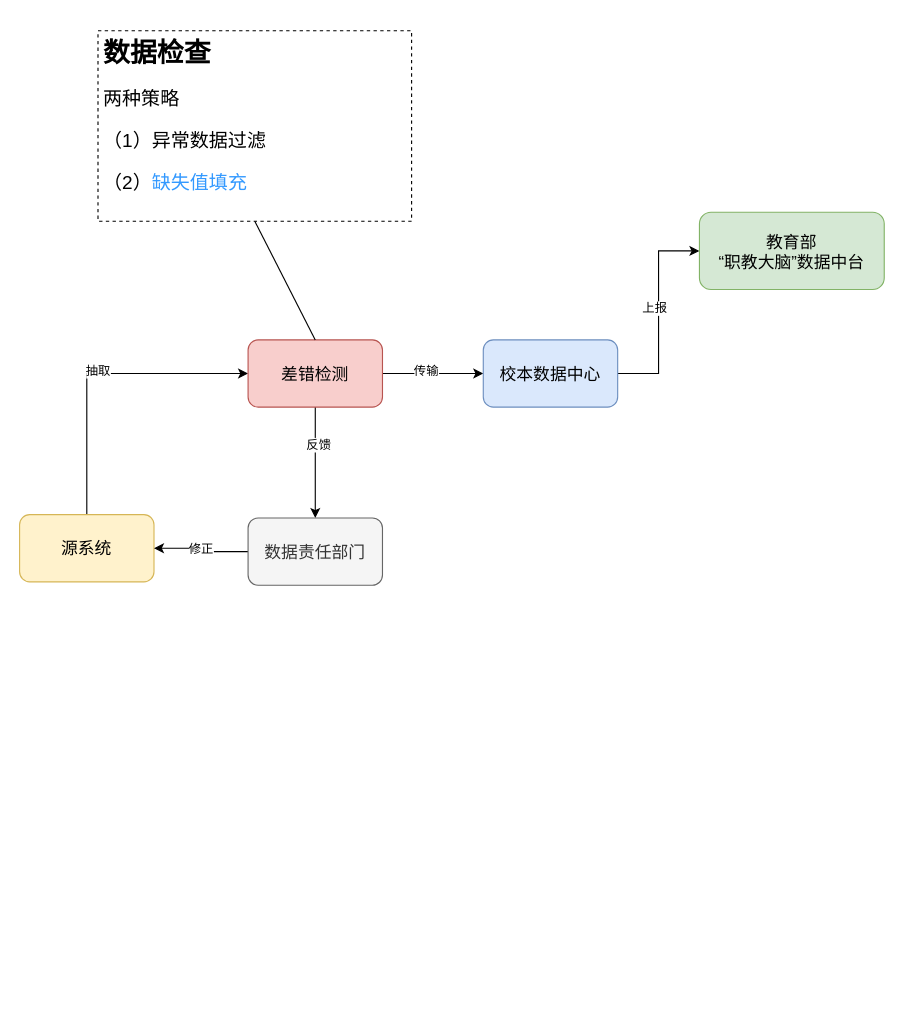
The draw.io diagram EDU/校本差错处理流程图.drawio in redcomet88/DRAW, before the edit. Source tidied: cells renumbered, new cells numbered last; positions are measured from the earlier drawing's top-left corner, leaving out a move shared by most shapes. Both pictures are drawn from the tidied source at 112%, with x=0, y=0 at pixel (19, 30).
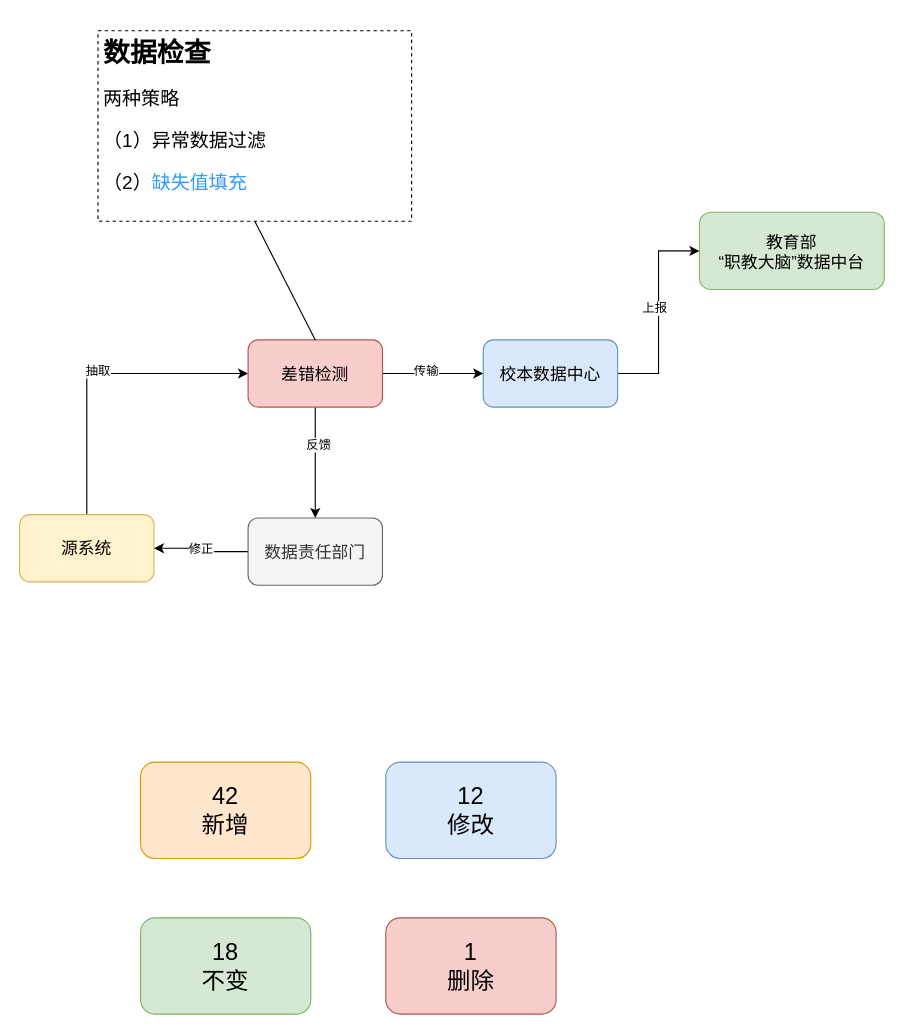
The same diagram, later.

Commit message (it also covers changes not shown here):
更新校本差错处理流程图.drawio

The edit, as a diff of the source:
```diff
@@
+    <mxCell id="18" value="42&lt;br style=&quot;font-size: 21px;&quot;&gt;新增" style="rounded=1;whiteSpace=wrap;html=1;fontSize=21;fillColor=#ffe6cc;strokeColor=#d79b00;" parent="1" vertex="1">
+      <mxGeometry x="108" y="653" width="152" height="86" as="geometry" />
+    </mxCell>
+    <mxCell id="19" value="12&lt;br style=&quot;font-size: 21px;&quot;&gt;修改" style="rounded=1;whiteSpace=wrap;html=1;fontSize=21;fillColor=#dae8fc;strokeColor=#6c8ebf;" parent="1" vertex="1">
+      <mxGeometry x="327" y="653" width="152" height="86" as="geometry" />
+    </mxCell>
+    <mxCell id="20" value="18&lt;br style=&quot;font-size: 21px;&quot;&gt;不变" style="rounded=1;whiteSpace=wrap;html=1;fontSize=21;fillColor=#d5e8d4;strokeColor=#82b366;" parent="1" vertex="1">
+      <mxGeometry x="108" y="792" width="152" height="86" as="geometry" />
+    </mxCell>
+    <mxCell id="21" value="1&lt;br style=&quot;font-size: 21px;&quot;&gt;删除" style="rounded=1;whiteSpace=wrap;html=1;fontSize=21;fillColor=#f8cecc;strokeColor=#b85450;" parent="1" vertex="1">
+      <mxGeometry x="327" y="792" width="152" height="86" as="geometry" />
+    </mxCell>
```
